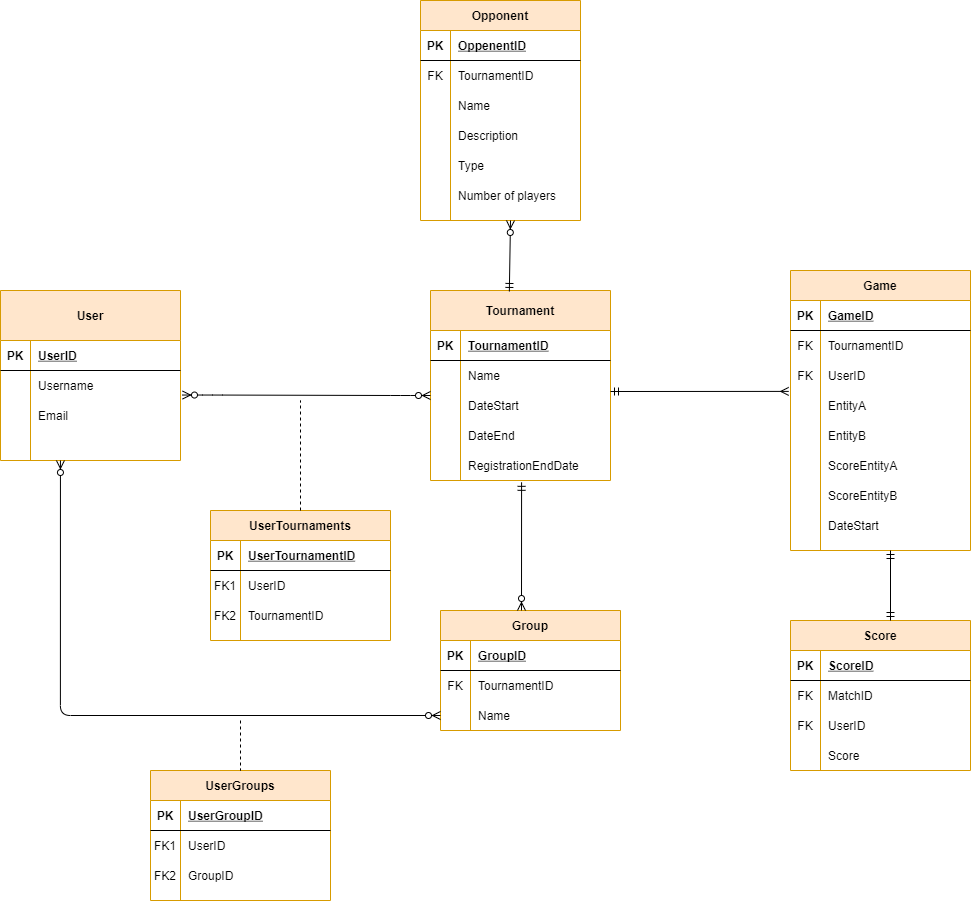
Above: royalrumbet.png in maneran/royal-rumbet (draw.io), before the change. Source tidied: cells renumbered, new cells last; positions are measured from the earlier drawing's top-left corner, leaving out a move shared by most shapes.
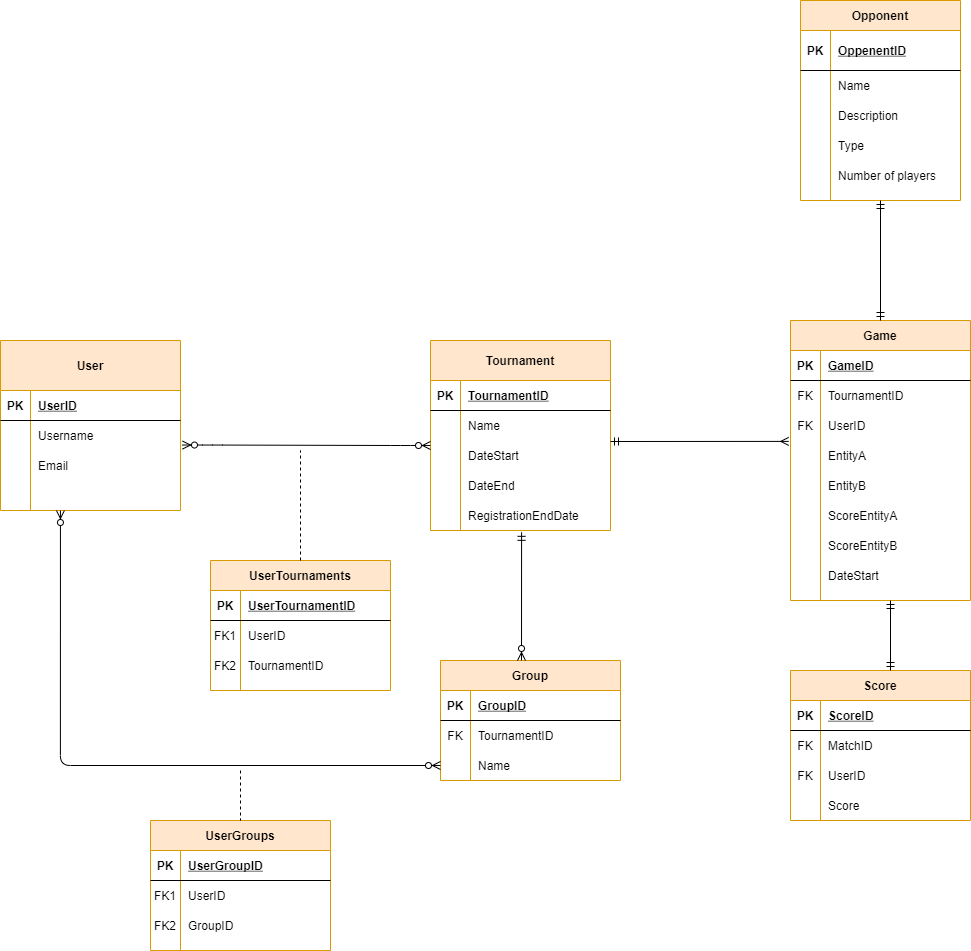
Later version of the same file.

What changed in the source:
```diff
@@ -51,28 +51,19 @@
       <mxGeometry x="30" width="150" height="30" as="geometry" />
     </mxCell>
     <mxCell id="18" value="Opponent" style="shape=table;startSize=30;rowLines=0;fontStyle=1;align=center;strokeColor=#d79b00;fillColor=#ffe6cc;" parent="1" vertex="1">
-      <mxGeometry x="420" width="160" height="220" as="geometry" />
+      <mxGeometry x="800" y="-50" width="160" height="200" as="geometry" />
     </mxCell>
     <mxCell id="19" style="shape=partialRectangle;fillColor=none;top=0;left=0;bottom=1;right=0;" parent="18" vertex="1">
-      <mxGeometry y="30" width="160" height="30" as="geometry" />
+      <mxGeometry y="30" width="160" height="40" as="geometry" />
     </mxCell>
     <mxCell id="20" value="PK" style="shape=partialRectangle;fillColor=none;top=0;left=0;bottom=0;right=0;fontStyle=1;overflow=hidden;" parent="19" vertex="1">
-      <mxGeometry width="30" height="30" as="geometry" />
+      <mxGeometry width="30" height="40" as="geometry" />
     </mxCell>
     <mxCell id="21" value="OppenentID" style="shape=partialRectangle;fillColor=none;top=0;left=0;bottom=0;right=0;align=left;spacingLeft=6;fontStyle=5;overflow=hidden;" parent="19" vertex="1">
-      <mxGeometry x="30" width="130" height="30" as="geometry" />
+      <mxGeometry x="30" width="130" height="40" as="geometry" />
     </mxCell>
-    <mxCell id="22" style="shape=partialRectangle;fillColor=none;top=0;left=0;bottom=0;right=0;" parent="18" vertex="1">
-      <mxGeometry y="60" width="160" height="30" as="geometry" />
-    </mxCell>
-    <mxCell id="23" value="FK" style="shape=partialRectangle;fillColor=none;top=0;left=0;bottom=0;right=0;overflow=hidden;" parent="22" vertex="1">
-      <mxGeometry width="30" height="30" as="geometry" />
-    </mxCell>
-    <mxCell id="24" value="TournamentID" style="shape=partialRectangle;fillColor=none;top=0;left=0;bottom=0;right=0;align=left;spacingLeft=6;overflow=hidden;" parent="22" vertex="1">
-      <mxGeometry x="30" width="130" height="30" as="geometry" />
-    </mxCell>
     <mxCell id="25" style="shape=partialRectangle;fillColor=none;top=0;left=0;bottom=0;right=0;" parent="18" vertex="1">
-      <mxGeometry y="90" width="160" height="30" as="geometry" />
+      <mxGeometry y="70" width="160" height="30" as="geometry" />
     </mxCell>
     <mxCell id="26" style="shape=partialRectangle;fillColor=none;top=0;left=0;bottom=0;right=0;overflow=hidden;" parent="25" vertex="1">
       <mxGeometry width="30" height="30" as="geometry" />
@@ -81,7 +72,7 @@
       <mxGeometry x="30" width="130" height="30" as="geometry" />
     </mxCell>
     <mxCell id="28" style="shape=partialRectangle;fillColor=none;top=0;left=0;bottom=0;right=0;" parent="18" vertex="1">
-      <mxGeometry y="120" width="160" height="30" as="geometry" />
+      <mxGeometry y="100" width="160" height="30" as="geometry" />
     </mxCell>
     <mxCell id="29" style="shape=partialRectangle;fillColor=none;top=0;left=0;bottom=0;right=0;overflow=hidden;" parent="28" vertex="1">
       <mxGeometry width="30" height="30" as="geometry" />
@@ -90,7 +81,7 @@
       <mxGeometry x="30" width="130" height="30" as="geometry" />
     </mxCell>
     <mxCell id="31" style="shape=partialRectangle;fillColor=none;top=0;left=0;bottom=0;right=0;" parent="18" vertex="1">
-      <mxGeometry y="150" width="160" height="30" as="geometry" />
+      <mxGeometry y="130" width="160" height="30" as="geometry" />
     </mxCell>
     <mxCell id="32" style="shape=partialRectangle;fillColor=none;top=0;left=0;bottom=0;right=0;overflow=hidden;" parent="31" vertex="1">
       <mxGeometry width="30" height="30" as="geometry" />
@@ -99,7 +90,7 @@
       <mxGeometry x="30" width="130" height="30" as="geometry" />
     </mxCell>
     <mxCell id="34" style="shape=partialRectangle;fillColor=none;top=0;left=0;bottom=0;right=0;" parent="18" vertex="1">
-      <mxGeometry y="180" width="160" height="30" as="geometry" />
+      <mxGeometry y="160" width="160" height="30" as="geometry" />
     </mxCell>
     <mxCell id="35" style="shape=partialRectangle;fillColor=none;top=0;left=0;bottom=0;right=0;overflow=hidden;" parent="34" vertex="1">
       <mxGeometry width="30" height="30" as="geometry" />
@@ -107,11 +98,6 @@
     <mxCell id="36" value="Number of players" style="shape=partialRectangle;fillColor=none;top=0;left=0;bottom=0;right=0;align=left;spacingLeft=6;overflow=hidden;" parent="34" vertex="1">
       <mxGeometry x="30" width="130" height="30" as="geometry" />
     </mxCell>
-    <mxCell id="37" style="fontSize=12;html=1;endArrow=ERzeroToMany;startArrow=ERmandOne;rounded=1;exitX=0.438;exitY=0.005;exitDx=0;exitDy=0;exitPerimeter=0;" parent="1" edge="1" source="2">
-      <mxGeometry relative="1" as="geometry">
-        <mxPoint x="510" y="220" as="targetPoint" />
-      </mxGeometry>
-    </mxCell>
     <mxCell id="38" value="User" style="shape=table;startSize=50;rowLines=0;fontStyle=1;align=center;strokeColor=#d79b00;fillColor=#ffe6cc;" parent="1" vertex="1">
       <mxGeometry y="290" width="180" height="170" as="geometry" />
     </mxCell>
@@ -390,5 +376,8 @@
         <mxPoint x="240" y="770" as="targetPoint" />
       </mxGeometry>
     </mxCell>
+    <mxCell id="126" style="fontSize=12;html=1;endArrow=ERmandOne;startArrow=ERmandOne;exitX=0.5;exitY=0;exitDx=0;exitDy=0;entryX=0.5;entryY=1;entryDx=0;entryDy=0;" parent="1" edge="1" source="62" target="18">
+      <mxGeometry relative="1" as="geometry" />
+    </mxCell>
   </root>
 </mxGraphModel>
```
